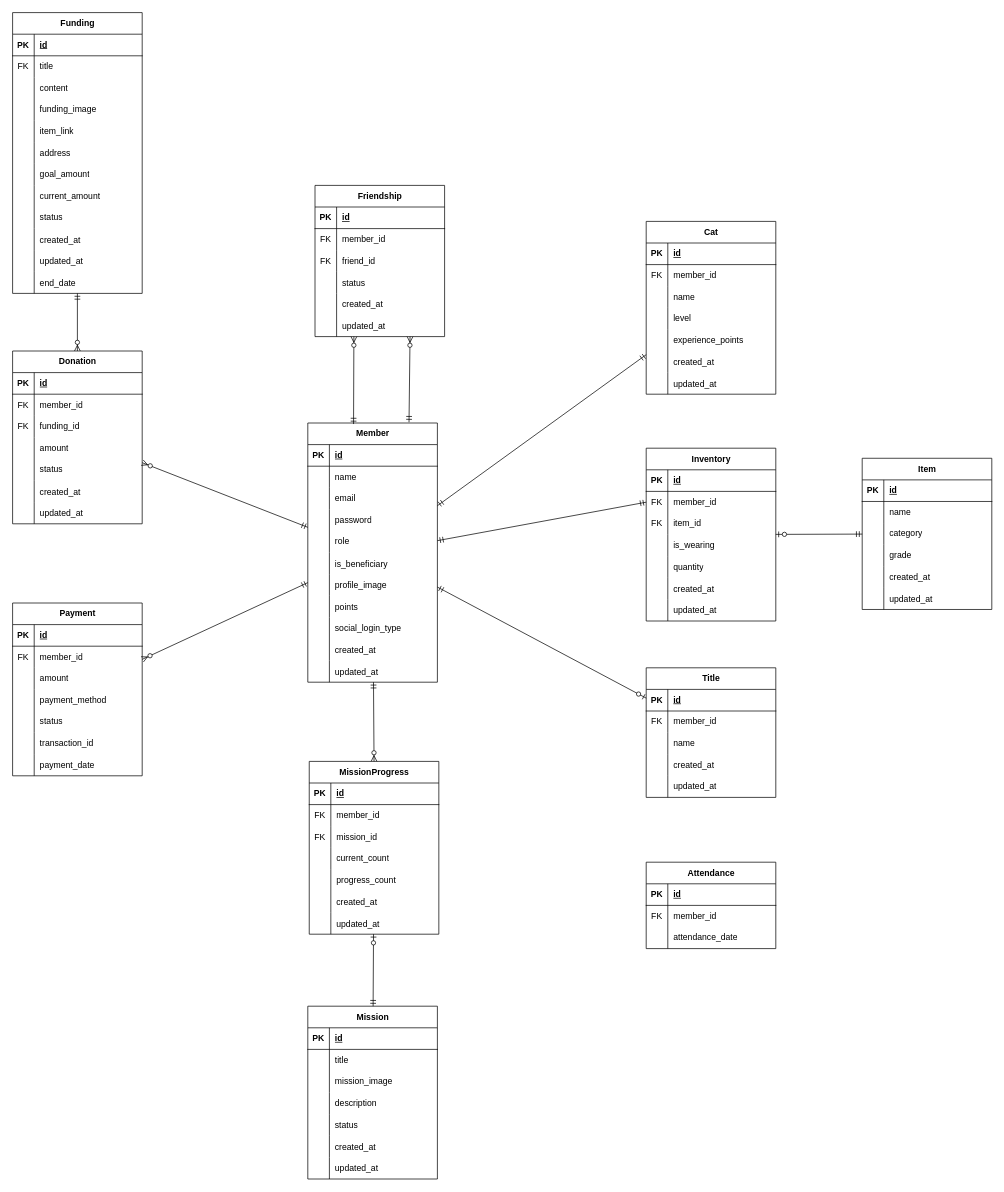
2025-Advanced-Capstone-Chaeum/ERD keeps this draw.io diagram as ChaeumERD.drawio. Above is the earlier version. Source tidied: cells renumbered, new cells numbered last; positions are measured from the earlier drawing's top-left corner, leaving out a move shared by most shapes. Both pictures are drawn from the tidied source at 72%, with x=0, y=0 at pixel (12, 12).
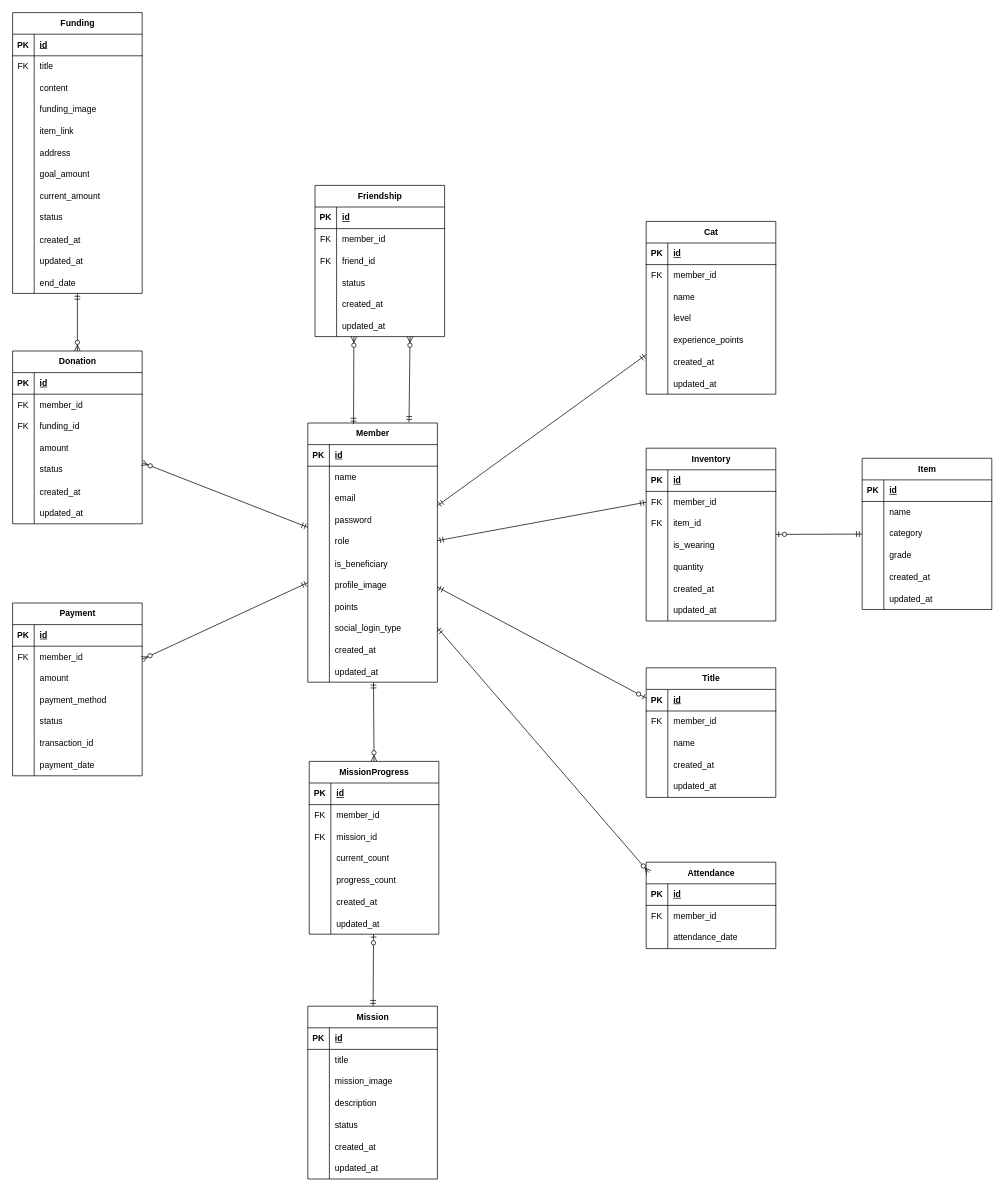
The same diagram, later.

Commit message:
docs(ERD): Attendance 테이블 연관관계 정리

Unchanged cells that the change refers to:
```xml
<mxCell id="2" value="Member" style="shape=table;startSize=30;childLayout=tableLayout;rowLines=0;fontStyle=1;align=center;html=1;" parent="1" vertex="1">
  <mxGeometry x="410" y="570" width="180" height="360" as="geometry" />
</mxCell>
<mxCell id="188" value="Attendance" style="shape=table;startSize=30;childLayout=tableLayout;rowLines=0;fontStyle=1;align=center;html=1;" parent="1" vertex="1">
  <mxGeometry x="880" y="1180" width="180" height="120" as="geometry" />
</mxCell>
```

Diff of the diagram source:
```diff
@@
+    <mxCell id="281" style="fontSize=12;html=1;endArrow=ERzeroToMany;startArrow=ERmandOne;rounded=0;entryX=0.021;entryY=0.119;entryDx=0;entryDy=0;entryPerimeter=0;" parent="1" edge="1" source="2" target="188">
+      <mxGeometry relative="1" as="geometry" />
+    </mxCell>
```
